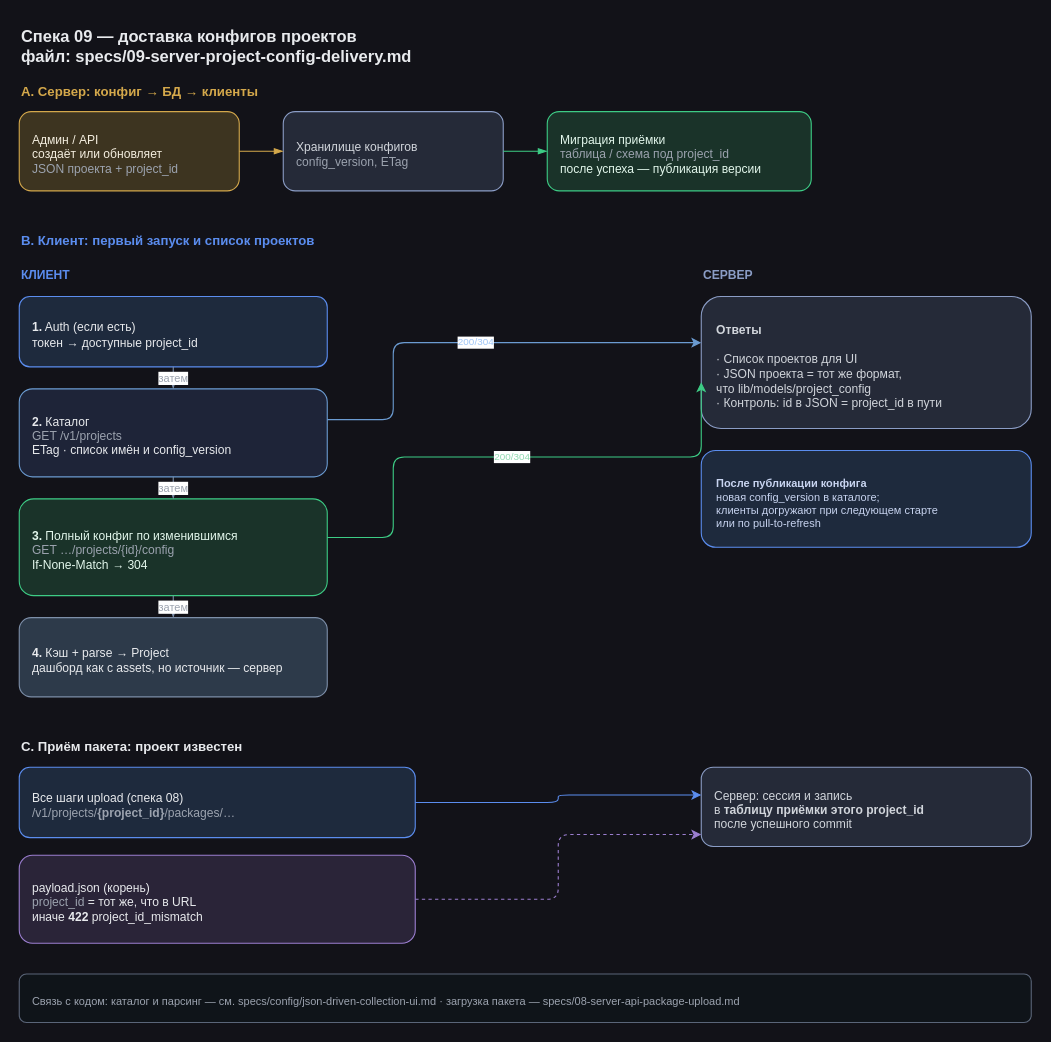
This is specs/09_server_project_config.drawio from epoch8/data-collector, a draw.io file, before an edit. Source tidied: cells renumbered, new cells numbered last; positions are measured from the earlier drawing's top-left corner, leaving out a move shared by most shapes. Both pictures are drawn from the tidied source at 110%, with x=0, y=0 at pixel (19, 19).
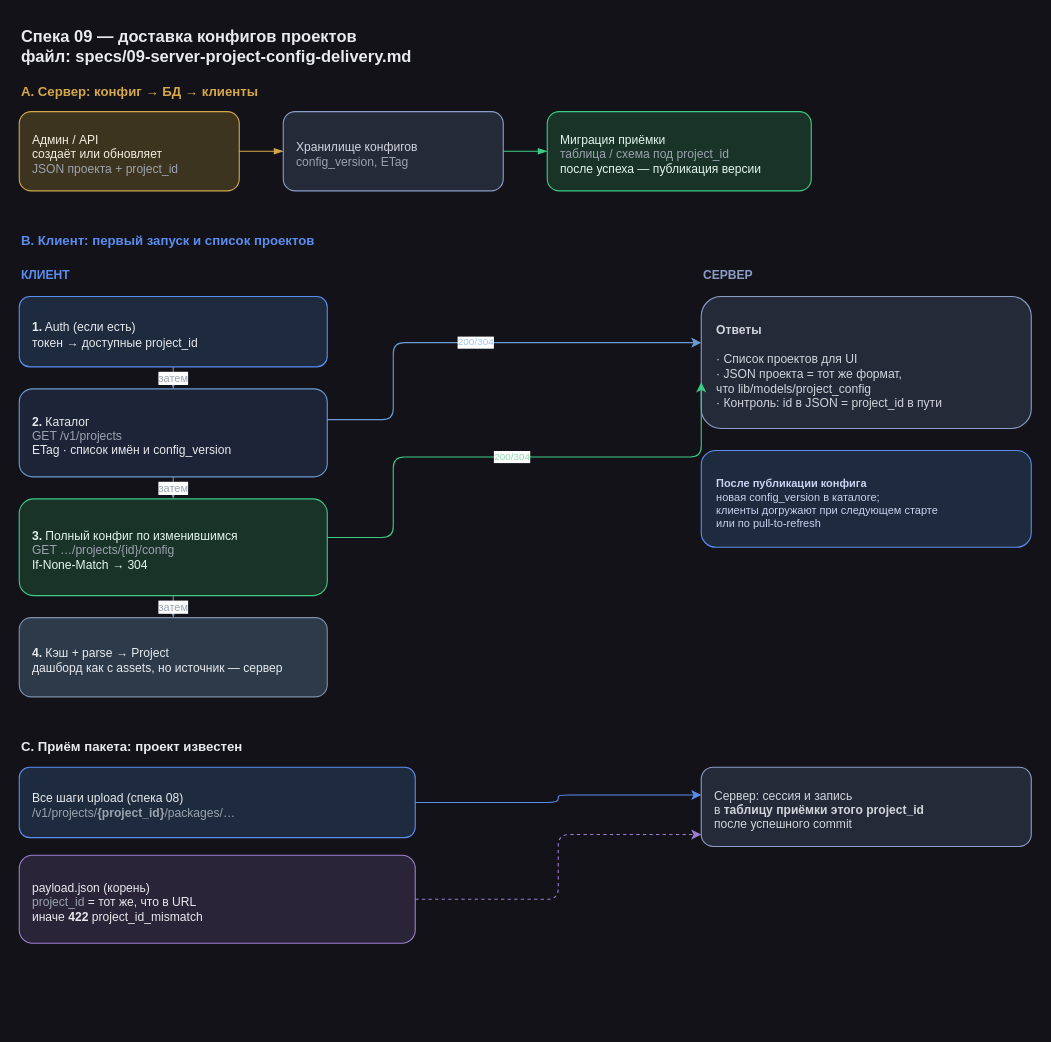
The same page after the edit.

Change to the diagram source:
```diff
@@
-    <mxCell id="29" value="Связь с кодом: каталог и парсинг — см. specs/config/json-driven-collection-ui.md · загрузка пакета — specs/08-server-api-package-upload.md" style="rounded=1;whiteSpace=wrap;html=1;align=left;spacingLeft=10;spacingTop=6;fillColor=#0f1419;strokeColor=#5a6578;fontColor=#9CA3AF;fontSize=10;" parent="1" vertex="1">
-      <mxGeometry y="868" width="920" height="44" as="geometry" />
-    </mxCell>
```
